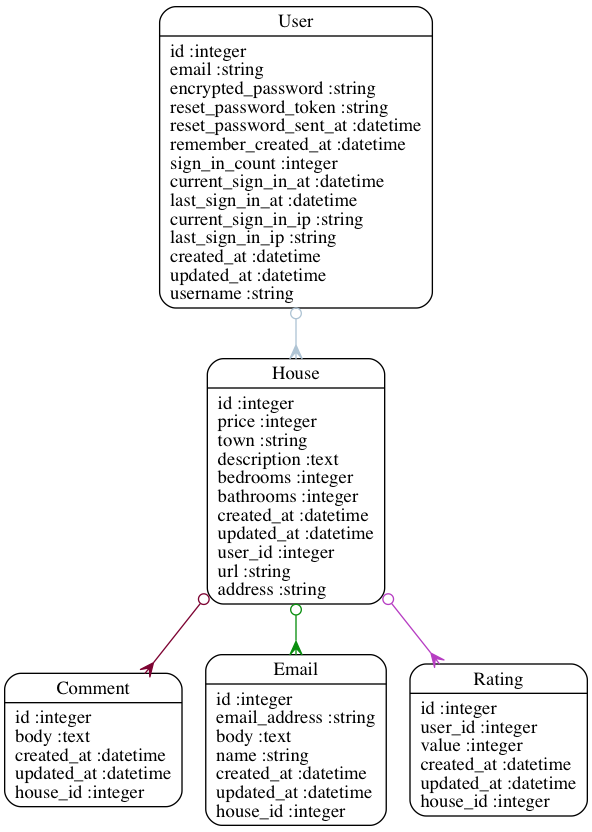
Earlier version of the Graphviz export models.png (Maudulus/homedin). Its source is kept beside it as models.dot.
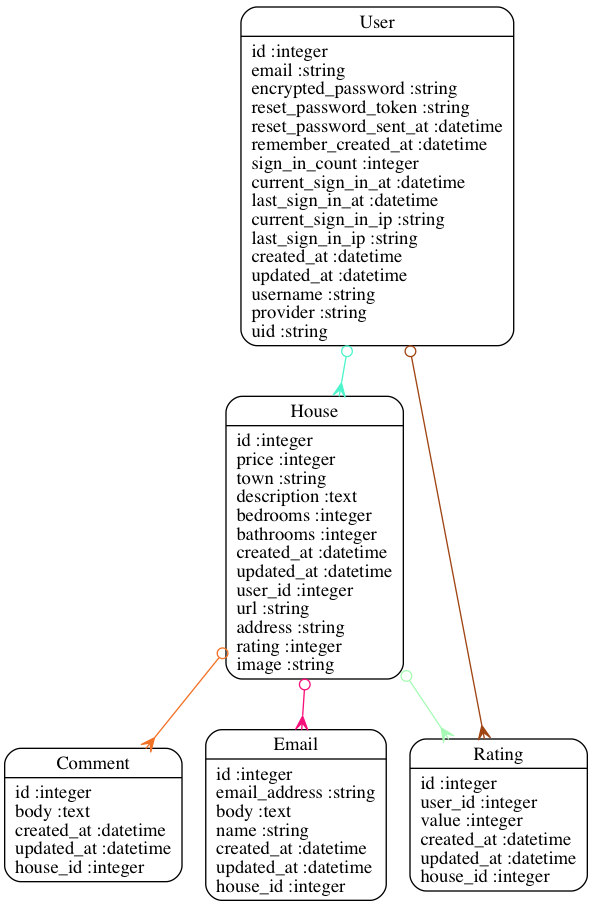
Later version of the same file.

What changed in the source:
```diff
@@ -2,11 +2,12 @@
 	graph[overlap=false, splines=true]
 	"Comment" [shape=Mrecord, label="{Comment|id :integer\lbody :text\lcreated_at :datetime\lupdated_at :datetime\lhouse_id :integer\l}"]
 	"Email" [shape=Mrecord, label="{Email|id :integer\lemail_address :string\lbody :text\lname :string\lcreated_at :datetime\lupdated_at :datetime\lhouse_id :integer\l}"]
-	"House" [shape=Mrecord, label="{House|id :integer\lprice :integer\ltown :string\ldescription :text\lbedrooms :integer\lbathrooms :integer\lcreated_at :datetime\lupdated_at :datetime\luser_id :integer\lurl :string\laddress :string\l}"]
+	"House" [shape=Mrecord, label="{House|id :integer\lprice :integer\ltown :string\ldescription :text\lbedrooms :integer\lbathrooms :integer\lcreated_at :datetime\lupdated_at :datetime\luser_id :integer\lurl :string\laddress :string\lrating :integer\limage :string\l}"]
 	"Rating" [shape=Mrecord, label="{Rating|id :integer\luser_id :integer\lvalue :integer\lcreated_at :datetime\lupdated_at :datetime\lhouse_id :integer\l}"]
-	"User" [shape=Mrecord, label="{User|id :integer\lemail :string\lencrypted_password :string\lreset_password_token :string\lreset_password_sent_at :datetime\lremember_created_at :datetime\lsign_in_count :integer\lcurrent_sign_in_at :datetime\llast_sign_in_at :datetime\lcurrent_sign_in_ip :string\llast_sign_in_ip :string\lcreated_at :datetime\lupdated_at :datetime\lusername :string\l}"]
-	"House" -> "Comment" [arrowtail=odot, arrowhead=crow, dir=both color="#7D0332"]
-	"House" -> "Email" [arrowtail=odot, arrowhead=crow, dir=both color="#098E0E"]
-	"House" -> "Rating" [arrowtail=odot, arrowhead=crow, dir=both color="#B63DC2"]
-	"User" -> "House" [arrowtail=odot, arrowhead=crow, dir=both color="#AFC4D4"]
+	"User" [shape=Mrecord, label="{User|id :integer\lemail :string\lencrypted_password :string\lreset_password_token :string\lreset_password_sent_at :datetime\lremember_created_at :datetime\lsign_in_count :integer\lcurrent_sign_in_at :datetime\llast_sign_in_at :datetime\lcurrent_sign_in_ip :string\llast_sign_in_ip :string\lcreated_at :datetime\lupdated_at :datetime\lusername :string\lprovider :string\luid :string\l}"]
+	"House" -> "Comment" [arrowtail=odot, arrowhead=crow, dir=both color="#F17226"]
+	"House" -> "Email" [arrowtail=odot, arrowhead=crow, dir=both color="#F5107A"]
+	"House" -> "Rating" [arrowtail=odot, arrowhead=crow, dir=both color="#A7F9B6"]
+	"User" -> "House" [arrowtail=odot, arrowhead=crow, dir=both color="#4EF4CC"]
+	"User" -> "Rating" [arrowtail=odot, arrowhead=crow, dir=both color="#9F4412"]
 }
```
